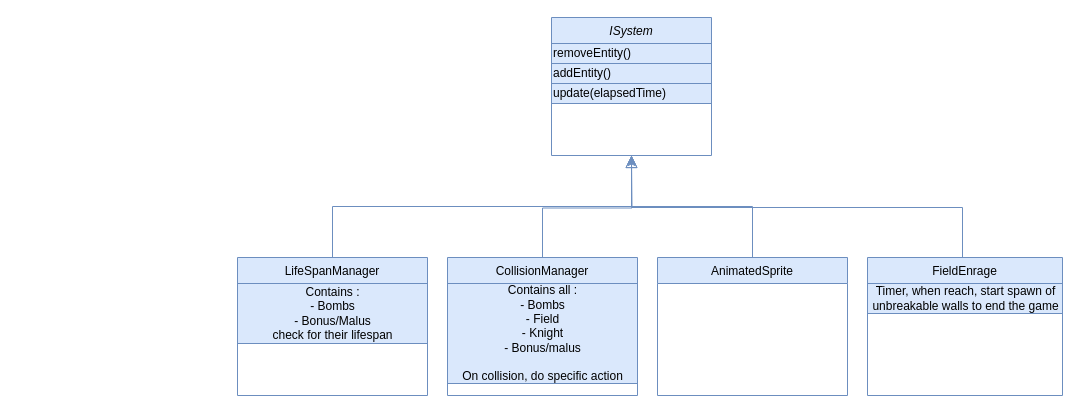
This is page "Systems" (3 of 4) of UMLGeneralFramework.drawio from Kragoum/BomberKnight, a draw.io file, before an edit. Source tidied: cells renumbered, new cells numbered last; positions are measured from the earlier drawing's top-left corner, leaving out a move shared by most shapes. Both pictures are drawn from the tidied source at 100%, with x=0, y=0 at pixel (237, 17).
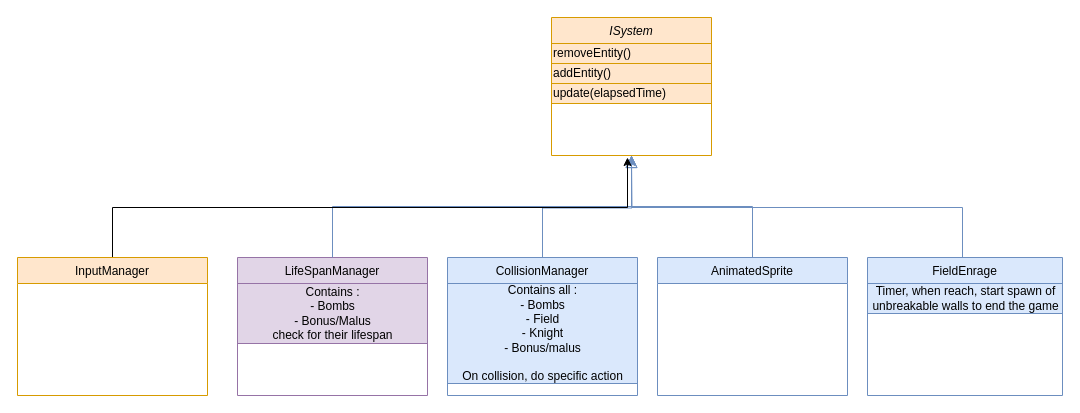
After the change.

Diff of the diagram source:
```diff
@@
-    <mxCell id="2" value="ISystem" style="swimlane;fontStyle=2;align=center;verticalAlign=top;horizontal=1;startSize=26;rounded=0;shadow=0;strokeWidth=1;fillColor=#dae8fc;strokeColor=#6c8ebf;" parent="1" vertex="1">
+    <mxCell id="2" value="ISystem" style="swimlane;fontStyle=2;align=center;verticalAlign=top;horizontal=1;startSize=26;rounded=0;shadow=0;strokeWidth=1;fillColor=#ffe6cc;strokeColor=#d79b00;" parent="1" vertex="1">
       <mxGeometry x="314" width="160" height="138" as="geometry" />
     </mxCell>
-    <mxCell id="3" value="removeEntity()" style="text;html=1;align=left;verticalAlign=middle;strokeColor=#6c8ebf;fillColor=#dae8fc;" parent="2" vertex="1">
+    <mxCell id="3" value="removeEntity()" style="text;html=1;align=left;verticalAlign=middle;strokeColor=#d79b00;fillColor=#ffe6cc;" parent="2" vertex="1">
       <mxGeometry y="26" width="160" height="20" as="geometry" />
     </mxCell>
-    <mxCell id="4" value="&lt;div style=&quot;&quot;&gt;&lt;span style=&quot;background-color: initial;&quot;&gt;addEntity()&lt;/span&gt;&lt;/div&gt;" style="text;html=1;align=left;verticalAlign=middle;strokeColor=#6c8ebf;fillColor=#dae8fc;" parent="2" vertex="1">
+    <mxCell id="4" value="&lt;div style=&quot;&quot;&gt;&lt;span style=&quot;background-color: initial;&quot;&gt;addEntity()&lt;/span&gt;&lt;/div&gt;" style="text;html=1;align=left;verticalAlign=middle;strokeColor=#d79b00;fillColor=#ffe6cc;" parent="2" vertex="1">
       <mxGeometry y="46" width="160" height="20" as="geometry" />
     </mxCell>
-    <mxCell id="5" value="update(elapsedTime)" style="text;html=1;align=left;verticalAlign=middle;strokeColor=#6c8ebf;fillColor=#dae8fc;" parent="2" vertex="1">
+    <mxCell id="5" value="update(elapsedTime)" style="text;html=1;align=left;verticalAlign=middle;strokeColor=#d79b00;fillColor=#ffe6cc;" parent="2" vertex="1">
       <mxGeometry y="66" width="160" height="20" as="geometry" />
     </mxCell>
-    <mxCell id="6" value="LifeSpanManager" style="swimlane;fontStyle=0;align=center;verticalAlign=top;horizontal=1;startSize=26;rounded=0;shadow=0;strokeWidth=1;fillColor=#dae8fc;strokeColor=#6c8ebf;" parent="1" vertex="1">
+    <mxCell id="6" value="LifeSpanManager" style="swimlane;fontStyle=0;align=center;verticalAlign=top;horizontal=1;startSize=26;rounded=0;shadow=0;strokeWidth=1;fillColor=#e1d5e7;strokeColor=#9673a6;" parent="1" vertex="1">
       <mxGeometry y="240" width="190" height="138" as="geometry" />
     </mxCell>
-    <mxCell id="7" value="Contains :&lt;br&gt;- Bombs&lt;br&gt;- Bonus/Malus&lt;br&gt;check for their lifespan" style="text;html=1;align=center;verticalAlign=middle;strokeColor=#6c8ebf;fillColor=#dae8fc;" parent="6" vertex="1">
+    <mxCell id="7" value="Contains :&lt;br&gt;- Bombs&lt;br&gt;- Bonus/Malus&lt;br&gt;check for their lifespan" style="text;html=1;align=center;verticalAlign=middle;strokeColor=#9673a6;fillColor=#e1d5e7;" parent="6" vertex="1">
       <mxGeometry y="26" width="190" height="60" as="geometry" />
     </mxCell>
@@
+    <mxCell id="17" style="edgeStyle=orthogonalEdgeStyle;rounded=0;jettySize=auto;html=1;" parent="1" edge="1" source="18">
+      <mxGeometry relative="1" as="geometry">
+        <mxPoint x="390" y="140" as="targetPoint" />
+        <Array as="points">
+          <mxPoint x="-125" y="190" />
+          <mxPoint x="390" y="190" />
+        </Array>
+      </mxGeometry>
+    </mxCell>
+    <mxCell id="18" value="InputManager" style="swimlane;fontStyle=0;align=center;verticalAlign=top;horizontal=1;startSize=26;rounded=0;shadow=0;strokeWidth=1;fillColor=#ffe6cc;strokeColor=#d79b00;" parent="1" vertex="1">
+      <mxGeometry x="-220" y="240" width="190" height="138" as="geometry" />
+    </mxCell>
```
